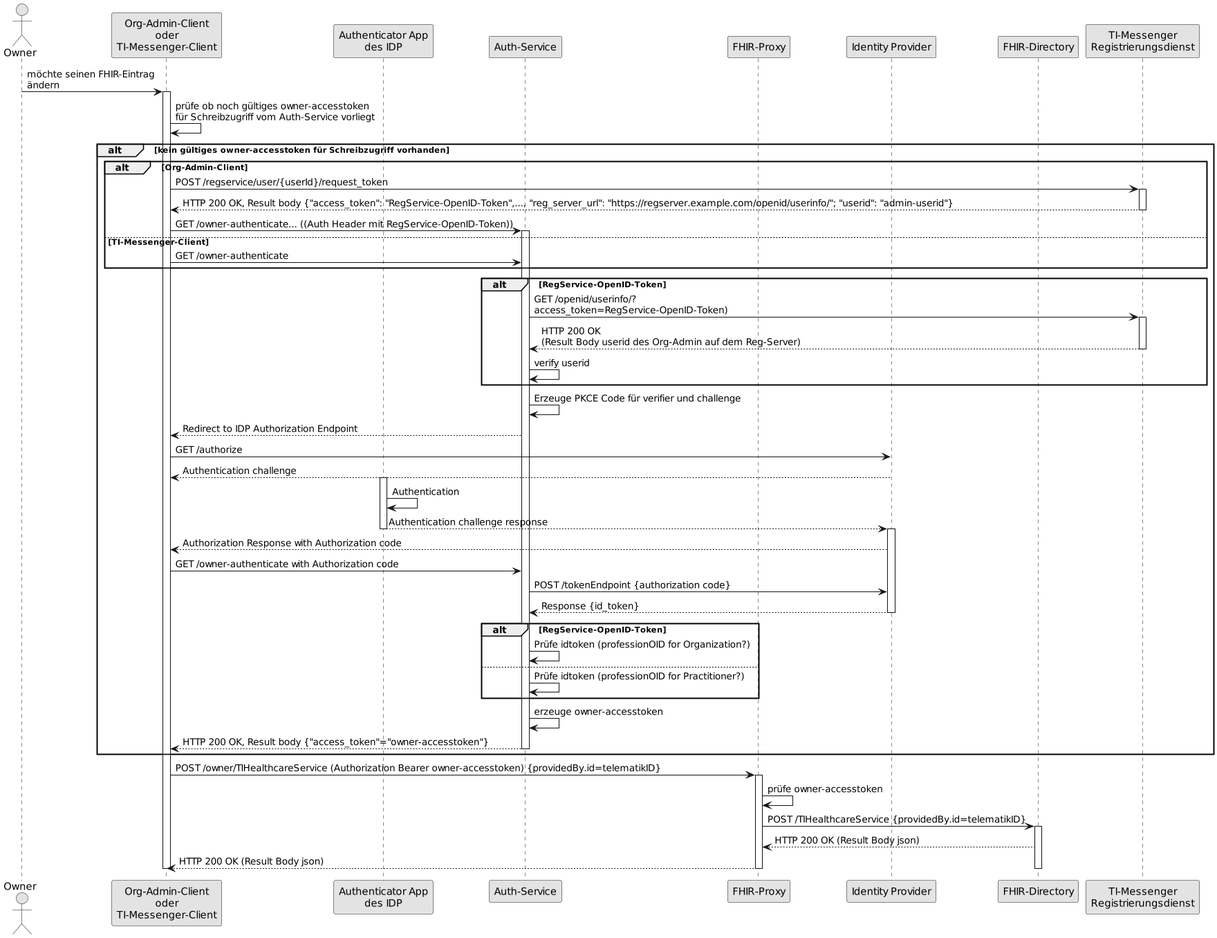
The PlantUML diagram images/diagrams/SequenceDiagram.FHIR-Directory.owner.png in gematik/api-vzd, before a commit.
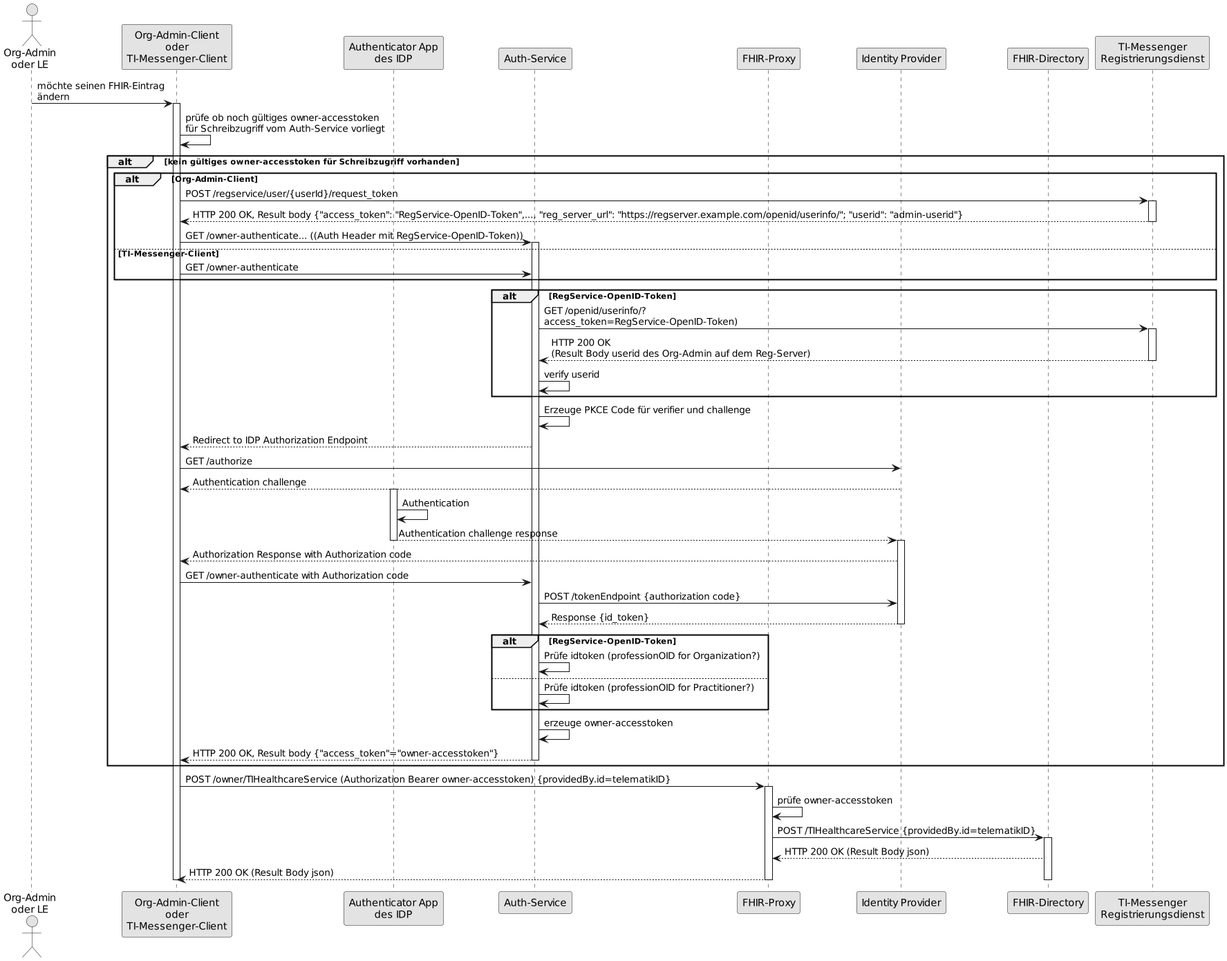
After the change.

Commit message:
Commit from GitHub Actions (GeneratePlantumlImages)

The edit, as a diff of the source:
```diff
@@ -1,9 +1,9 @@
-@startuml
+@startuml FHIR-Directory, Sequenzdiagram Änderung von eigenen -Einträgen
 skinparam dpi 100
 skinparam WrapWidth 200
 skinparam monochrome true
 
-actor o as "Owner"
+actor o as "Org-Admin\noder LE"
 participant cl as "Org-Admin-Client\noder\nTI-Messenger-Client"
 participant aa as "Authenticator App\ndes IDP"
 participant au as "Auth-Service"
```
